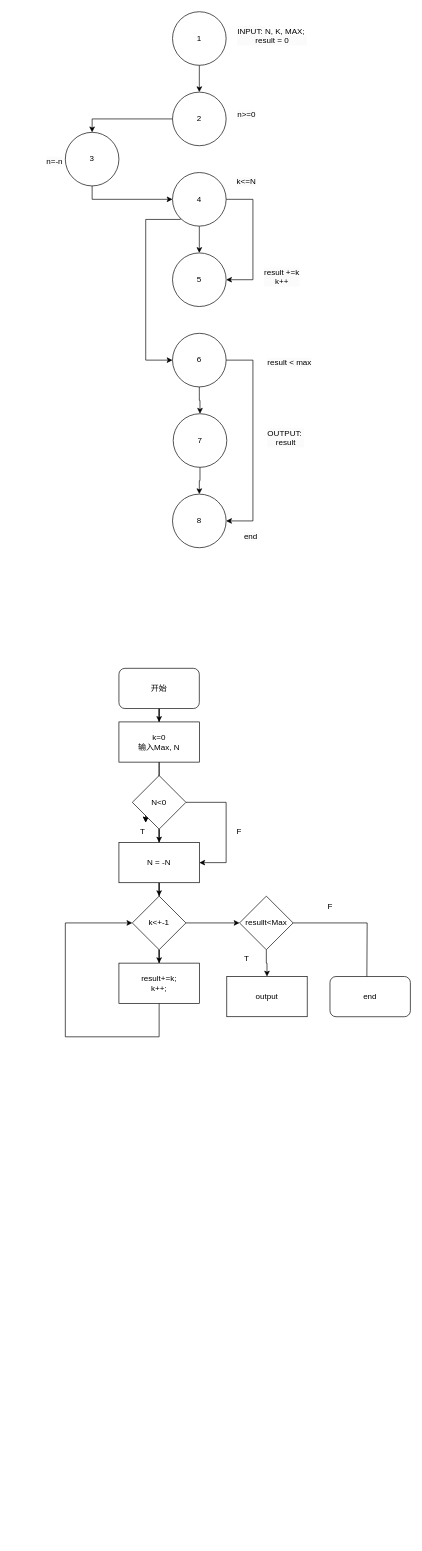
kumoSleeping/doc keeps this draw.io diagram as 未命名绘图.drawio. Above is the earlier version. Source tidied: cells renumbered, new cells numbered last; positions are measured from the earlier drawing's top-left corner, leaving out a move shared by most shapes. Both pictures are drawn from the tidied source at 67%, with x=0, y=0 at pixel (45, 11).
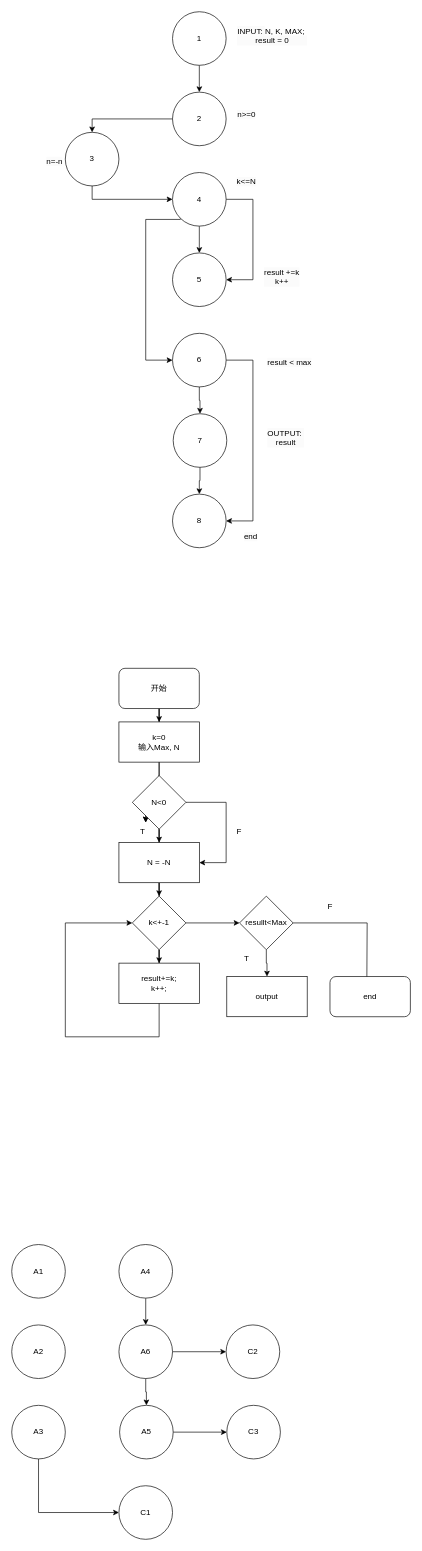
The same diagram, later.

Commit message:
更新未命名绘图.drawio

Change to the diagram source:
```diff
@@
+    <mxCell id="51" value="A2" style="ellipse;whiteSpace=wrap;html=1;" parent="1" vertex="1">
+      <mxGeometry x="-50" y="1960" width="80" height="80" as="geometry" />
+    </mxCell>
+    <mxCell id="52" style="edgeStyle=orthogonalEdgeStyle;rounded=0;jettySize=auto;html=1;" parent="1" edge="1" source="54" target="63">
+      <mxGeometry relative="1" as="geometry" />
+    </mxCell>
+    <mxCell id="53" style="edgeStyle=orthogonalEdgeStyle;rounded=0;jettySize=auto;html=1;" parent="1" edge="1" source="54" target="61">
+      <mxGeometry relative="1" as="geometry" />
+    </mxCell>
+    <mxCell id="54" value="A6" style="ellipse;whiteSpace=wrap;html=1;" parent="1" vertex="1">
+      <mxGeometry x="110" y="1960" width="80" height="80" as="geometry" />
+    </mxCell>
+    <mxCell id="55" style="edgeStyle=orthogonalEdgeStyle;rounded=0;jettySize=auto;html=1;" parent="1" edge="1" source="56" target="62">
+      <mxGeometry relative="1" as="geometry">
+        <Array as="points">
+          <mxPoint x="-10" y="2240" />
+        </Array>
+      </mxGeometry>
+    </mxCell>
+    <mxCell id="56" value="A3" style="ellipse;whiteSpace=wrap;html=1;" parent="1" vertex="1">
+      <mxGeometry x="-50" y="2080" width="80" height="80" as="geometry" />
+    </mxCell>
+    <mxCell id="57" value="A1" style="ellipse;whiteSpace=wrap;html=1;" parent="1" vertex="1">
+      <mxGeometry x="-50" y="1840" width="80" height="80" as="geometry" />
+    </mxCell>
+    <mxCell id="58" style="edgeStyle=orthogonalEdgeStyle;rounded=0;jettySize=auto;html=1;" parent="1" edge="1" source="59" target="54">
+      <mxGeometry relative="1" as="geometry" />
+    </mxCell>
+    <mxCell id="59" value="A4" style="ellipse;whiteSpace=wrap;html=1;" parent="1" vertex="1">
+      <mxGeometry x="110" y="1840" width="80" height="80" as="geometry" />
+    </mxCell>
+    <mxCell id="60" style="edgeStyle=orthogonalEdgeStyle;rounded=0;jettySize=auto;html=1;" parent="1" edge="1" source="61" target="64">
+      <mxGeometry relative="1" as="geometry" />
+    </mxCell>
+    <mxCell id="61" value="A5" style="ellipse;whiteSpace=wrap;html=1;" parent="1" vertex="1">
+      <mxGeometry x="111" y="2080" width="80" height="80" as="geometry" />
+    </mxCell>
+    <mxCell id="62" value="C1" style="ellipse;whiteSpace=wrap;html=1;" parent="1" vertex="1">
+      <mxGeometry x="110" y="2200" width="80" height="80" as="geometry" />
+    </mxCell>
+    <mxCell id="63" value="C2" style="ellipse;whiteSpace=wrap;html=1;" parent="1" vertex="1">
+      <mxGeometry x="270" y="1960" width="80" height="80" as="geometry" />
+    </mxCell>
+    <mxCell id="64" value="C3" style="ellipse;whiteSpace=wrap;html=1;" parent="1" vertex="1">
+      <mxGeometry x="271" y="2080" width="80" height="80" as="geometry" />
+    </mxCell>
```
